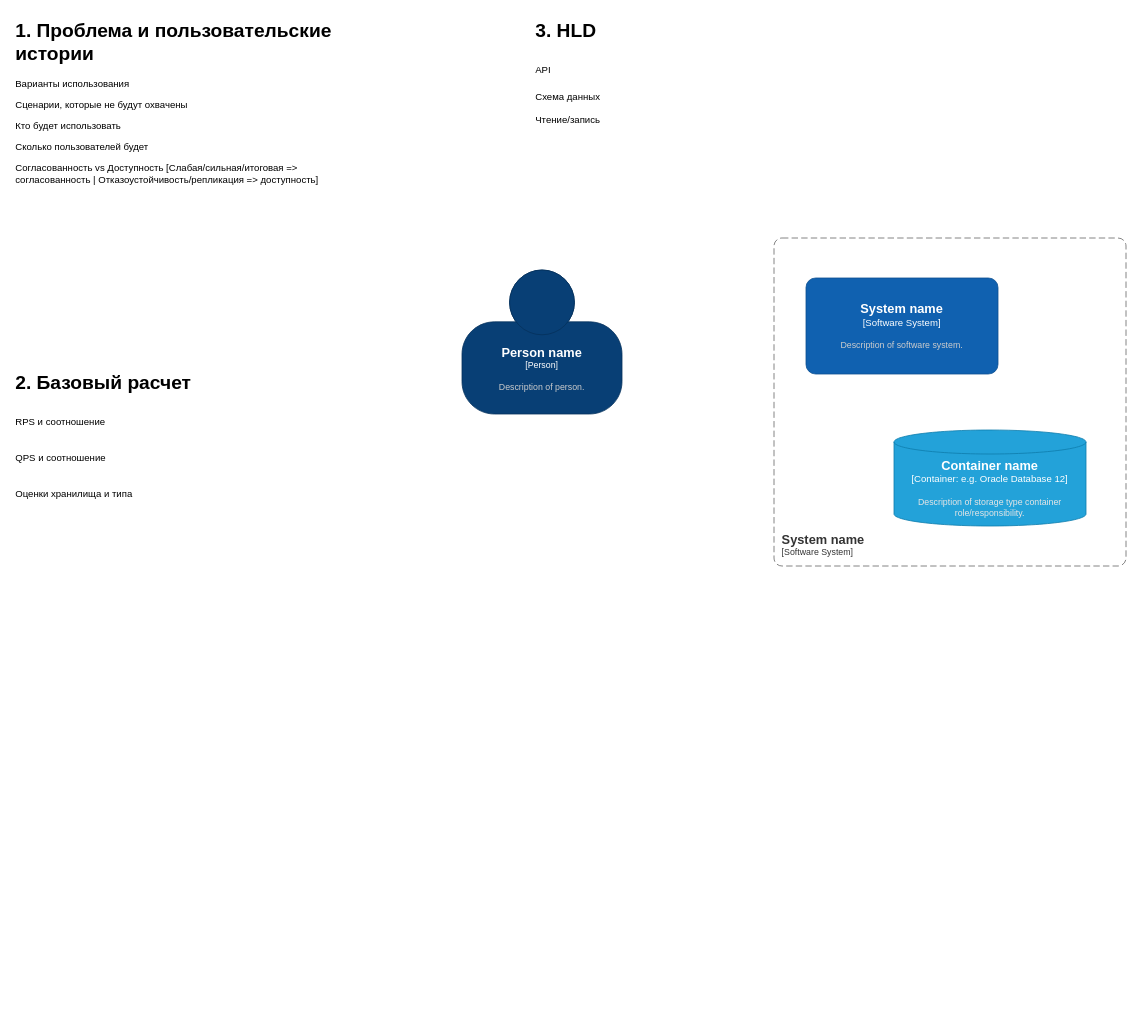
This is interview.drawio from matacoder/system-design-template, a draw.io file, before an edit. Source tidied: cells renumbered, new cells numbered last; positions are measured from the earlier drawing's top-left corner, leaving out a move shared by most shapes. Both pictures are drawn from the tidied source at 80%, with x=0, y=0 at pixel (14, 14).
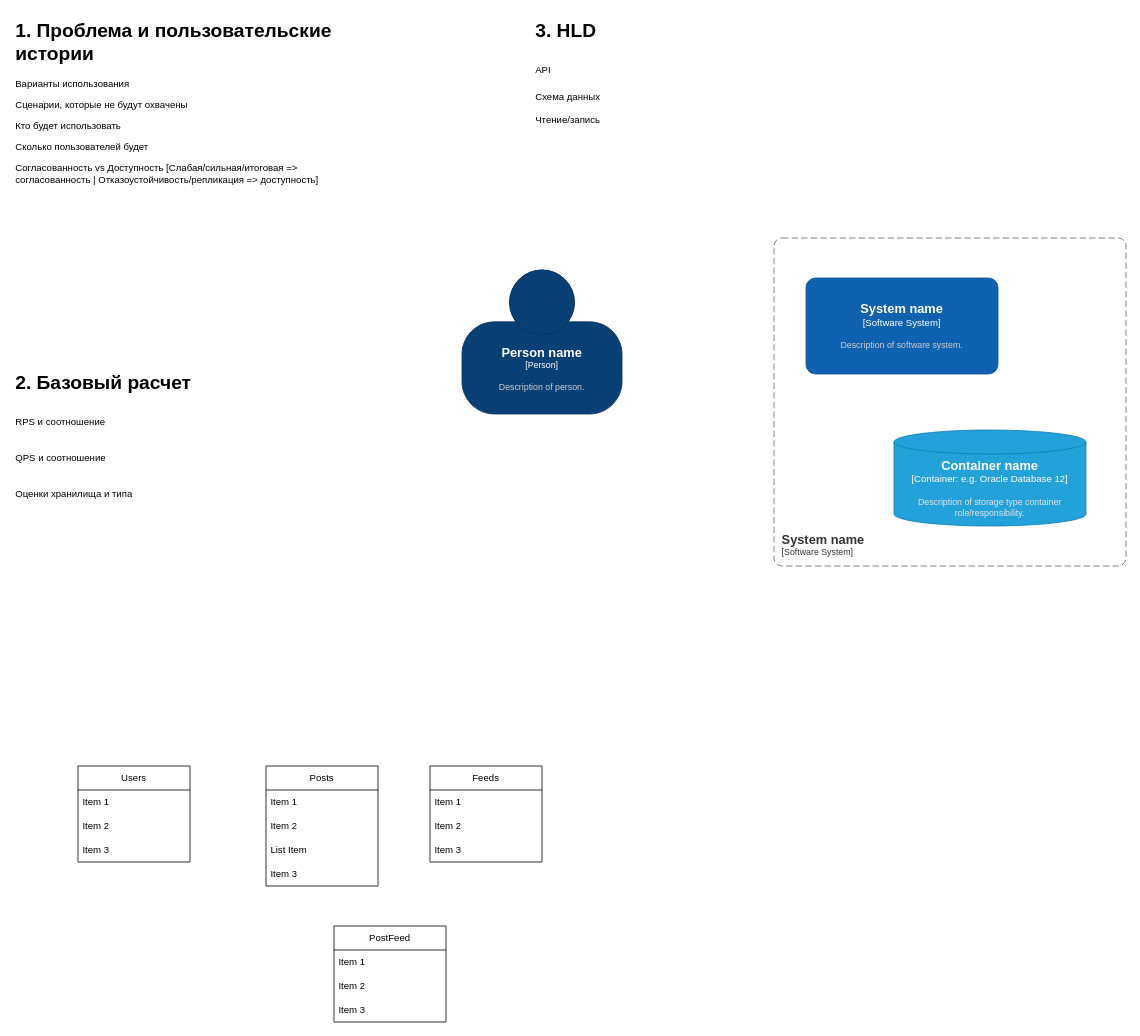
The same page after the edit.

The edit, as a diff of the source:
```diff
@@
+    <mxCell id="9" value="Users" style="swimlane;fontStyle=0;horizontal=1;startSize=30;whiteSpace=wrap;html=1;" parent="1" vertex="1">
+      <mxGeometry x="80" y="940" width="140" height="120" as="geometry" />
+    </mxCell>
+    <mxCell id="10" value="Item 1" style="text;strokeColor=none;fillColor=none;align=left;verticalAlign=middle;spacingLeft=4;spacingRight=4;overflow=hidden;whiteSpace=wrap;html=1;" parent="9" vertex="1">
+      <mxGeometry y="30" width="140" height="30" as="geometry" />
+    </mxCell>
+    <mxCell id="11" value="Item 2" style="text;strokeColor=none;fillColor=none;align=left;verticalAlign=middle;spacingLeft=4;spacingRight=4;overflow=hidden;whiteSpace=wrap;html=1;" parent="9" vertex="1">
+      <mxGeometry y="60" width="140" height="30" as="geometry" />
+    </mxCell>
+    <mxCell id="12" value="Item 3" style="text;strokeColor=none;fillColor=none;align=left;verticalAlign=middle;spacingLeft=4;spacingRight=4;overflow=hidden;whiteSpace=wrap;html=1;" parent="9" vertex="1">
+      <mxGeometry y="90" width="140" height="30" as="geometry" />
+    </mxCell>
+    <mxCell id="13" value="Posts" style="swimlane;fontStyle=0;horizontal=1;startSize=30;whiteSpace=wrap;html=1;" parent="1" vertex="1">
+      <mxGeometry x="315" y="940" width="140" height="150" as="geometry" />
+    </mxCell>
+    <mxCell id="14" value="Item 1" style="text;strokeColor=none;fillColor=none;align=left;verticalAlign=middle;spacingLeft=4;spacingRight=4;overflow=hidden;whiteSpace=wrap;html=1;" parent="13" vertex="1">
+      <mxGeometry y="30" width="140" height="30" as="geometry" />
+    </mxCell>
+    <mxCell id="15" value="Item 2" style="text;strokeColor=none;fillColor=none;align=left;verticalAlign=middle;spacingLeft=4;spacingRight=4;overflow=hidden;whiteSpace=wrap;html=1;" parent="13" vertex="1">
+      <mxGeometry y="60" width="140" height="30" as="geometry" />
+    </mxCell>
+    <mxCell id="16" value="List Item" style="text;strokeColor=none;fillColor=none;align=left;verticalAlign=middle;spacingLeft=4;spacingRight=4;overflow=hidden;whiteSpace=wrap;html=1;" parent="13" vertex="1">
+      <mxGeometry y="90" width="140" height="30" as="geometry" />
+    </mxCell>
+    <mxCell id="17" value="Item 3" style="text;strokeColor=none;fillColor=none;align=left;verticalAlign=middle;spacingLeft=4;spacingRight=4;overflow=hidden;whiteSpace=wrap;html=1;" parent="13" vertex="1">
+      <mxGeometry y="120" width="140" height="30" as="geometry" />
+    </mxCell>
+    <mxCell id="18" value="Feeds" style="swimlane;fontStyle=0;horizontal=1;startSize=30;whiteSpace=wrap;html=1;" parent="1" vertex="1">
+      <mxGeometry x="520" y="940" width="140" height="120" as="geometry" />
+    </mxCell>
+    <mxCell id="19" value="Item 1" style="text;strokeColor=none;fillColor=none;align=left;verticalAlign=middle;spacingLeft=4;spacingRight=4;overflow=hidden;whiteSpace=wrap;html=1;" parent="18" vertex="1">
+      <mxGeometry y="30" width="140" height="30" as="geometry" />
+    </mxCell>
+    <mxCell id="20" value="Item 2" style="text;strokeColor=none;fillColor=none;align=left;verticalAlign=middle;spacingLeft=4;spacingRight=4;overflow=hidden;whiteSpace=wrap;html=1;" parent="18" vertex="1">
+      <mxGeometry y="60" width="140" height="30" as="geometry" />
+    </mxCell>
+    <mxCell id="21" value="Item 3" style="text;strokeColor=none;fillColor=none;align=left;verticalAlign=middle;spacingLeft=4;spacingRight=4;overflow=hidden;whiteSpace=wrap;html=1;" parent="18" vertex="1">
+      <mxGeometry y="90" width="140" height="30" as="geometry" />
+    </mxCell>
+    <mxCell id="22" value="PostFeed" style="swimlane;fontStyle=0;horizontal=1;startSize=30;whiteSpace=wrap;html=1;" parent="1" vertex="1">
+      <mxGeometry x="400" y="1140" width="140" height="120" as="geometry" />
+    </mxCell>
+    <mxCell id="23" value="Item 1" style="text;strokeColor=none;fillColor=none;align=left;verticalAlign=middle;spacingLeft=4;spacingRight=4;overflow=hidden;whiteSpace=wrap;html=1;" parent="22" vertex="1">
+      <mxGeometry y="30" width="140" height="30" as="geometry" />
+    </mxCell>
+    <mxCell id="24" value="Item 2" style="text;strokeColor=none;fillColor=none;align=left;verticalAlign=middle;spacingLeft=4;spacingRight=4;overflow=hidden;whiteSpace=wrap;html=1;" parent="22" vertex="1">
+      <mxGeometry y="60" width="140" height="30" as="geometry" />
+    </mxCell>
+    <mxCell id="25" value="Item 3" style="text;strokeColor=none;fillColor=none;align=left;verticalAlign=middle;spacingLeft=4;spacingRight=4;overflow=hidden;whiteSpace=wrap;html=1;" parent="22" vertex="1">
+      <mxGeometry y="90" width="140" height="30" as="geometry" />
+    </mxCell>
```
